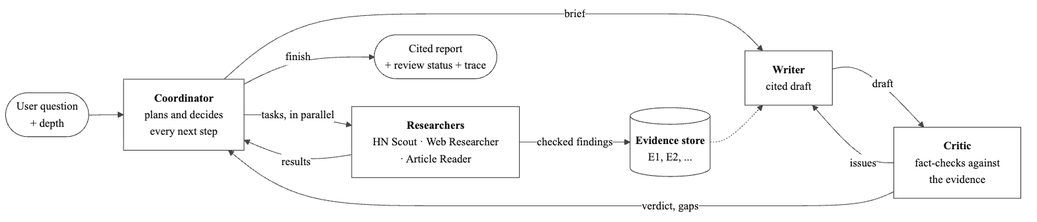
This is docs/diagrams/overview.png from Shreyanshsaboo/multi-agent-researcher-2, a Mermaid export, as it was before one commit. Its source is kept beside it as docs/diagrams/overview.mmd.
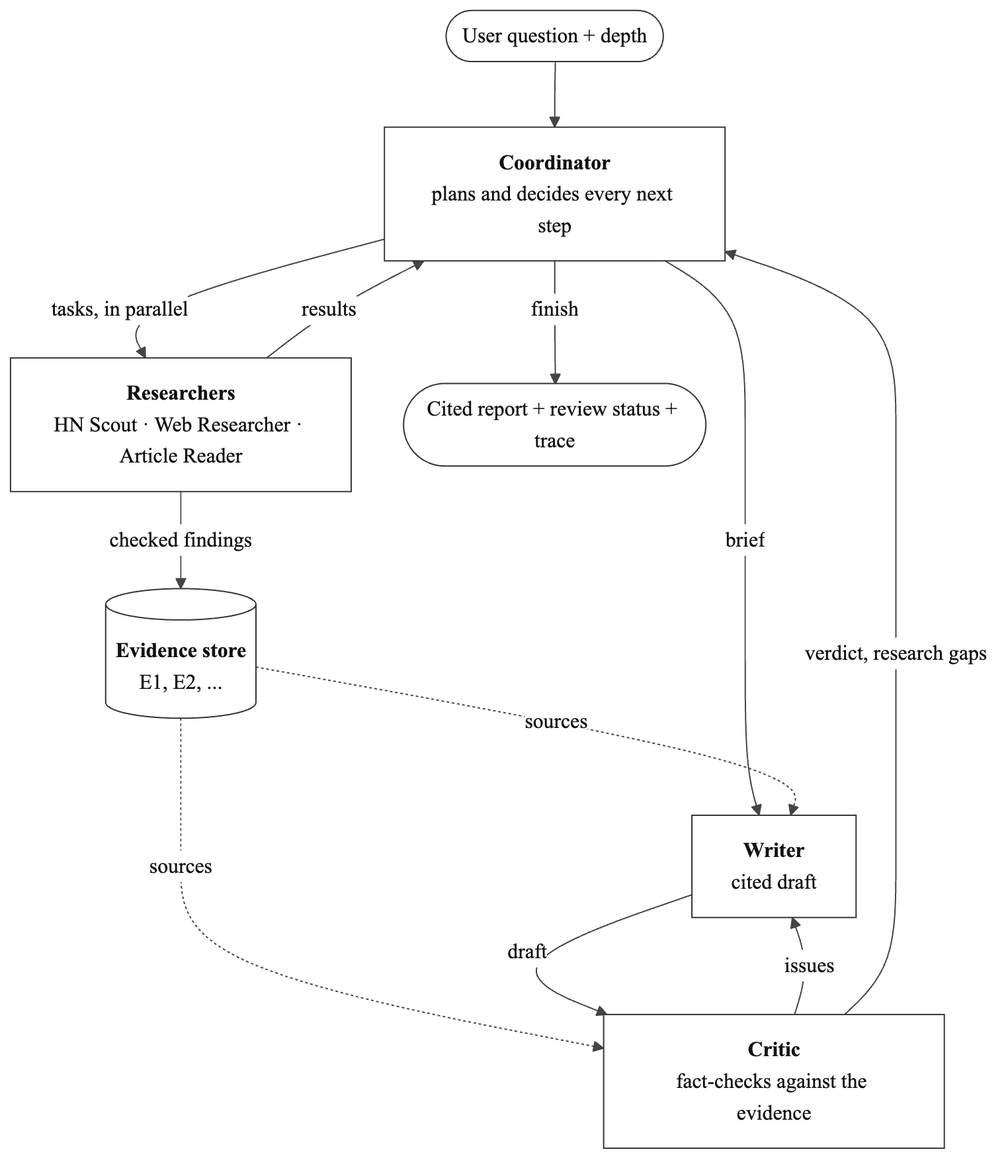
Later version of the same file.

Commit message:
docs: draw the overview diagram top to bottom

Laid out left to right, the overview is so wide that its labels shrink
to an unreadable size at page width in the Google Docs versions.

Change to the diagram source:
```diff
@@ -1,11 +1,12 @@
-flowchart LR
-    q(["User question<br/>+ depth"]) --> C["<b>Coordinator</b><br/>plans and decides<br/>every next step"]
-    C -->|tasks, in parallel| R["<b>Researchers</b><br/>HN Scout · Web Researcher<br/>· Article Reader"]
+flowchart TB
+    q(["User question + depth"]) --> C["<b>Coordinator</b><br/>plans and decides every next step"]
+    C -->|"tasks, in parallel"| R["<b>Researchers</b><br/>HN Scout · Web Researcher · Article Reader"]
+    R -->|results| C
     R -->|checked findings| E[("<b>Evidence store</b><br/>E1, E2, ...")]
-    R -->|results| C
     C -->|brief| W["<b>Writer</b><br/>cited draft"]
-    E -.-> W
-    W -->|draft| K["<b>Critic</b><br/>fact-checks against<br/>the evidence"]
+    E -.->|sources| W
+    E -.->|sources| K
+    W -->|draft| K["<b>Critic</b><br/>fact-checks against the evidence"]
     K -->|issues| W
-    K -->|verdict, gaps| C
-    C -->|"finish"| out(["Cited report<br/>+ review status + trace"])
+    K -->|"verdict, research gaps"| C
+    C -->|finish| out(["Cited report + review status + trace"])
```
